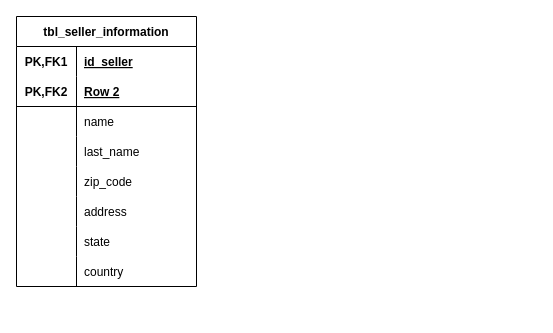
Before: Untitled Diagram.drawio in Abahafart/entity-relation, a draw.io diagram. Source tidied: cells renumbered, new cells numbered last; positions are measured from the earlier drawing's top-left corner, leaving out a move shared by most shapes. Both pictures are drawn from the tidied source at 100%, with x=0, y=0 at pixel (16, 16).
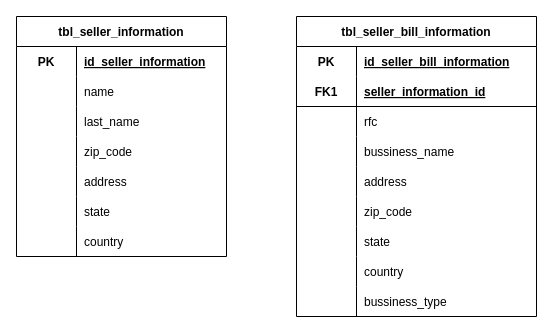
The same page after the edit.

The edit, as a diff of the source:
```diff
@@
     <mxCell id="2" value="tbl_seller_information" style="shape=table;startSize=30;childLayout=tableLayout;rowLines=0;fontStyle=1;align=center;" parent="1" vertex="1">
-      <mxGeometry width="180" height="270" as="geometry" />
+      <mxGeometry width="210" height="240" as="geometry" />
     </mxCell>
     <mxCell id="3" style="shape=tableRow;horizontal=0;startSize=0;swimlaneHead=0;swimlaneBody=0;fillColor=none;top=0;left=0;right=0;bottom=0;" parent="2" vertex="1">
-      <mxGeometry y="30" width="180" height="30" as="geometry" />
+      <mxGeometry y="30" width="210" height="30" as="geometry" />
     </mxCell>
-    <mxCell id="4" value="PK,FK1" style="shape=partialRectangle;fillColor=none;top=0;left=0;bottom=0;right=0;fontStyle=1;overflow=hidden;" parent="3" vertex="1">
+    <mxCell id="4" value="PK" style="shape=partialRectangle;fillColor=none;top=0;left=0;bottom=0;right=0;fontStyle=1;overflow=hidden;" parent="3" vertex="1">
       <mxGeometry width="60" height="30" as="geometry" />
     </mxCell>
-    <mxCell id="5" value="id_seller" style="shape=partialRectangle;fillColor=none;top=0;left=0;bottom=0;right=0;align=left;spacingLeft=6;fontStyle=5;overflow=hidden;" parent="3" vertex="1">
-      <mxGeometry x="60" width="120" height="30" as="geometry" />
+    <mxCell id="5" value="id_seller_information" style="shape=partialRectangle;fillColor=none;top=0;left=0;bottom=0;right=0;align=left;spacingLeft=6;fontStyle=5;overflow=hidden;" parent="3" vertex="1">
+      <mxGeometry x="60" width="150" height="30" as="geometry" />
     </mxCell>
-    <mxCell id="6" style="shape=tableRow;horizontal=0;startSize=0;swimlaneHead=0;swimlaneBody=0;fillColor=none;top=0;left=0;right=0;bottom=1;" parent="2" vertex="1">
-      <mxGeometry y="60" width="180" height="30" as="geometry" />
-    </mxCell>
-    <mxCell id="7" value="PK,FK2" style="shape=partialRectangle;fillColor=none;top=0;left=0;bottom=0;right=0;fontStyle=1;overflow=hidden;" parent="6" vertex="1">
-      <mxGeometry width="60" height="30" as="geometry" />
-    </mxCell>
-    <mxCell id="8" value="Row 2" style="shape=partialRectangle;fillColor=none;top=0;left=0;bottom=0;right=0;align=left;spacingLeft=6;fontStyle=5;overflow=hidden;" parent="6" vertex="1">
-      <mxGeometry x="60" width="120" height="30" as="geometry" />
-    </mxCell>
     <mxCell id="9" style="shape=tableRow;horizontal=0;startSize=0;swimlaneHead=0;swimlaneBody=0;fillColor=none;top=0;left=0;right=0;bottom=0;" parent="2" vertex="1">
-      <mxGeometry y="90" width="180" height="30" as="geometry" />
+      <mxGeometry y="60" width="210" height="30" as="geometry" />
     </mxCell>
@@
     <mxCell id="11" value="name" style="shape=partialRectangle;fillColor=none;top=0;left=0;bottom=0;right=0;align=left;spacingLeft=6;overflow=hidden;" parent="9" vertex="1">
-      <mxGeometry x="60" width="120" height="30" as="geometry" />
+      <mxGeometry x="60" width="150" height="30" as="geometry" />
     </mxCell>
     <mxCell id="12" style="shape=tableRow;horizontal=0;startSize=0;swimlaneHead=0;swimlaneBody=0;fillColor=none;top=0;left=0;right=0;bottom=0;" parent="2" vertex="1">
-      <mxGeometry y="120" width="180" height="30" as="geometry" />
+      <mxGeometry y="90" width="210" height="30" as="geometry" />
     </mxCell>
@@
     <mxCell id="14" value="last_name" style="shape=partialRectangle;fillColor=none;top=0;left=0;bottom=0;right=0;align=left;spacingLeft=6;overflow=hidden;" parent="12" vertex="1">
-      <mxGeometry x="60" width="120" height="30" as="geometry" />
+      <mxGeometry x="60" width="150" height="30" as="geometry" />
     </mxCell>
     <mxCell id="15" style="shape=tableRow;horizontal=0;startSize=0;swimlaneHead=0;swimlaneBody=0;fillColor=none;top=0;left=0;right=0;bottom=0;" parent="2" vertex="1">
-      <mxGeometry y="150" width="180" height="30" as="geometry" />
+      <mxGeometry y="120" width="210" height="30" as="geometry" />
     </mxCell>
@@
     <mxCell id="17" value="zip_code" style="shape=partialRectangle;fillColor=none;top=0;left=0;bottom=0;right=0;align=left;spacingLeft=6;overflow=hidden;" parent="15" vertex="1">
-      <mxGeometry x="60" width="120" height="30" as="geometry" />
+      <mxGeometry x="60" width="150" height="30" as="geometry" />
     </mxCell>
     <mxCell id="18" style="shape=tableRow;horizontal=0;startSize=0;swimlaneHead=0;swimlaneBody=0;fillColor=none;top=0;left=0;right=0;bottom=0;" parent="2" vertex="1">
-      <mxGeometry y="180" width="180" height="30" as="geometry" />
+      <mxGeometry y="150" width="210" height="30" as="geometry" />
     </mxCell>
@@
     <mxCell id="20" value="address" style="shape=partialRectangle;fillColor=none;top=0;left=0;bottom=0;right=0;align=left;spacingLeft=6;overflow=hidden;" parent="18" vertex="1">
-      <mxGeometry x="60" width="120" height="30" as="geometry" />
+      <mxGeometry x="60" width="150" height="30" as="geometry" />
     </mxCell>
     <mxCell id="21" style="shape=tableRow;horizontal=0;startSize=0;swimlaneHead=0;swimlaneBody=0;fillColor=none;top=0;left=0;right=0;bottom=0;" parent="2" vertex="1">
-      <mxGeometry y="210" width="180" height="30" as="geometry" />
+      <mxGeometry y="180" width="210" height="30" as="geometry" />
     </mxCell>
@@
     <mxCell id="23" value="state" style="shape=partialRectangle;fillColor=none;top=0;left=0;bottom=0;right=0;align=left;spacingLeft=6;overflow=hidden;" parent="21" vertex="1">
-      <mxGeometry x="60" width="120" height="30" as="geometry" />
+      <mxGeometry x="60" width="150" height="30" as="geometry" />
     </mxCell>
     <mxCell id="24" style="shape=tableRow;horizontal=0;startSize=0;swimlaneHead=0;swimlaneBody=0;fillColor=none;top=0;left=0;right=0;bottom=0;" parent="2" vertex="1">
-      <mxGeometry y="240" width="180" height="30" as="geometry" />
+      <mxGeometry y="210" width="210" height="30" as="geometry" />
     </mxCell>
@@
     <mxCell id="26" value="country" style="shape=partialRectangle;fillColor=none;top=0;left=0;bottom=0;right=0;align=left;spacingLeft=6;overflow=hidden;" parent="24" vertex="1">
-      <mxGeometry x="60" width="120" height="30" as="geometry" />
+      <mxGeometry x="60" width="150" height="30" as="geometry" />
     </mxCell>
+    <mxCell id="27" value="tbl_seller_bill_information" style="shape=table;startSize=30;childLayout=tableLayout;rowLines=0;fontStyle=1;align=center;" parent="1" vertex="1">
+      <mxGeometry x="280" width="240" height="300" as="geometry" />
+    </mxCell>
+    <mxCell id="28" style="shape=tableRow;horizontal=0;startSize=0;swimlaneHead=0;swimlaneBody=0;fillColor=none;top=0;left=0;right=0;bottom=0;" parent="27" vertex="1">
+      <mxGeometry y="30" width="240" height="30" as="geometry" />
+    </mxCell>
+    <mxCell id="29" value="PK" style="shape=partialRectangle;fillColor=none;top=0;left=0;bottom=0;right=0;fontStyle=1;overflow=hidden;" parent="28" vertex="1">
+      <mxGeometry width="60" height="30" as="geometry" />
+    </mxCell>
+    <mxCell id="30" value="id_seller_bill_information" style="shape=partialRectangle;fillColor=none;top=0;left=0;bottom=0;right=0;align=left;spacingLeft=6;fontStyle=5;overflow=hidden;" parent="28" vertex="1">
+      <mxGeometry x="60" width="180" height="30" as="geometry" />
+    </mxCell>
+    <mxCell id="31" style="shape=tableRow;horizontal=0;startSize=0;swimlaneHead=0;swimlaneBody=0;fillColor=none;top=0;left=0;right=0;bottom=1;" parent="27" vertex="1">
+      <mxGeometry y="60" width="240" height="30" as="geometry" />
+    </mxCell>
+    <mxCell id="32" value="FK1" style="shape=partialRectangle;fillColor=none;top=0;left=0;bottom=0;right=0;fontStyle=1;overflow=hidden;" parent="31" vertex="1">
+      <mxGeometry width="60" height="30" as="geometry" />
+    </mxCell>
+    <mxCell id="33" value="seller_information_id" style="shape=partialRectangle;fillColor=none;top=0;left=0;bottom=0;right=0;align=left;spacingLeft=6;fontStyle=5;overflow=hidden;" parent="31" vertex="1">
+      <mxGeometry x="60" width="180" height="30" as="geometry" />
+    </mxCell>
+    <mxCell id="34" style="shape=tableRow;horizontal=0;startSize=0;swimlaneHead=0;swimlaneBody=0;fillColor=none;top=0;left=0;right=0;bottom=0;" parent="27" vertex="1">
+      <mxGeometry y="90" width="240" height="30" as="geometry" />
+    </mxCell>
+    <mxCell id="35" style="shape=partialRectangle;fillColor=none;top=0;left=0;bottom=0;right=0;overflow=hidden;" parent="34" vertex="1">
+      <mxGeometry width="60" height="30" as="geometry" />
+    </mxCell>
+    <mxCell id="36" value="rfc" style="shape=partialRectangle;fillColor=none;top=0;left=0;bottom=0;right=0;align=left;spacingLeft=6;overflow=hidden;" parent="34" vertex="1">
+      <mxGeometry x="60" width="180" height="30" as="geometry" />
+    </mxCell>
+    <mxCell id="37" style="shape=tableRow;horizontal=0;startSize=0;swimlaneHead=0;swimlaneBody=0;fillColor=none;top=0;left=0;right=0;bottom=0;" parent="27" vertex="1">
+      <mxGeometry y="120" width="240" height="30" as="geometry" />
+    </mxCell>
+    <mxCell id="38" style="shape=partialRectangle;fillColor=none;top=0;left=0;bottom=0;right=0;overflow=hidden;" parent="37" vertex="1">
+      <mxGeometry width="60" height="30" as="geometry" />
+    </mxCell>
+    <mxCell id="39" value="bussiness_name" style="shape=partialRectangle;fillColor=none;top=0;left=0;bottom=0;right=0;align=left;spacingLeft=6;overflow=hidden;" parent="37" vertex="1">
+      <mxGeometry x="60" width="180" height="30" as="geometry" />
+    </mxCell>
+    <mxCell id="40" style="shape=tableRow;horizontal=0;startSize=0;swimlaneHead=0;swimlaneBody=0;fillColor=none;top=0;left=0;right=0;bottom=0;" parent="27" vertex="1">
+      <mxGeometry y="150" width="240" height="30" as="geometry" />
+    </mxCell>
+    <mxCell id="41" style="shape=partialRectangle;fillColor=none;top=0;left=0;bottom=0;right=0;overflow=hidden;" parent="40" vertex="1">
+      <mxGeometry width="60" height="30" as="geometry" />
+    </mxCell>
+    <mxCell id="42" value="address" style="shape=partialRectangle;fillColor=none;top=0;left=0;bottom=0;right=0;align=left;spacingLeft=6;overflow=hidden;" parent="40" vertex="1">
+      <mxGeometry x="60" width="180" height="30" as="geometry" />
+    </mxCell>
+    <mxCell id="43" style="shape=tableRow;horizontal=0;startSize=0;swimlaneHead=0;swimlaneBody=0;fillColor=none;top=0;left=0;right=0;bottom=0;" parent="27" vertex="1">
+      <mxGeometry y="180" width="240" height="30" as="geometry" />
+    </mxCell>
+    <mxCell id="44" style="shape=partialRectangle;fillColor=none;top=0;left=0;bottom=0;right=0;overflow=hidden;" parent="43" vertex="1">
+      <mxGeometry width="60" height="30" as="geometry" />
+    </mxCell>
+    <mxCell id="45" value="zip_code" style="shape=partialRectangle;fillColor=none;top=0;left=0;bottom=0;right=0;align=left;spacingLeft=6;overflow=hidden;" parent="43" vertex="1">
+      <mxGeometry x="60" width="180" height="30" as="geometry" />
+    </mxCell>
+    <mxCell id="46" style="shape=tableRow;horizontal=0;startSize=0;swimlaneHead=0;swimlaneBody=0;fillColor=none;top=0;left=0;right=0;bottom=0;" parent="27" vertex="1">
+      <mxGeometry y="210" width="240" height="30" as="geometry" />
+    </mxCell>
+    <mxCell id="47" style="shape=partialRectangle;fillColor=none;top=0;left=0;bottom=0;right=0;overflow=hidden;" parent="46" vertex="1">
+      <mxGeometry width="60" height="30" as="geometry" />
+    </mxCell>
+    <mxCell id="48" value="state" style="shape=partialRectangle;fillColor=none;top=0;left=0;bottom=0;right=0;align=left;spacingLeft=6;overflow=hidden;" parent="46" vertex="1">
+      <mxGeometry x="60" width="180" height="30" as="geometry" />
+    </mxCell>
+    <mxCell id="49" style="shape=tableRow;horizontal=0;startSize=0;swimlaneHead=0;swimlaneBody=0;fillColor=none;top=0;left=0;right=0;bottom=0;" parent="27" vertex="1">
+      <mxGeometry y="240" width="240" height="30" as="geometry" />
+    </mxCell>
+    <mxCell id="50" style="shape=partialRectangle;fillColor=none;top=0;left=0;bottom=0;right=0;overflow=hidden;" parent="49" vertex="1">
+      <mxGeometry width="60" height="30" as="geometry" />
+    </mxCell>
+    <mxCell id="51" value="country" style="shape=partialRectangle;fillColor=none;top=0;left=0;bottom=0;right=0;align=left;spacingLeft=6;overflow=hidden;" parent="49" vertex="1">
+      <mxGeometry x="60" width="180" height="30" as="geometry" />
+    </mxCell>
+    <mxCell id="52" style="shape=tableRow;horizontal=0;startSize=0;swimlaneHead=0;swimlaneBody=0;fillColor=none;top=0;left=0;right=0;bottom=0;" parent="27" vertex="1">
+      <mxGeometry y="270" width="240" height="30" as="geometry" />
+    </mxCell>
+    <mxCell id="53" style="shape=partialRectangle;fillColor=none;top=0;left=0;bottom=0;right=0;overflow=hidden;" parent="52" vertex="1">
+      <mxGeometry width="60" height="30" as="geometry" />
+    </mxCell>
+    <mxCell id="54" value="bussiness_type" style="shape=partialRectangle;fillColor=none;top=0;left=0;bottom=0;right=0;align=left;spacingLeft=6;overflow=hidden;" parent="52" vertex="1">
+      <mxGeometry x="60" width="180" height="30" as="geometry" />
+    </mxCell>
```
